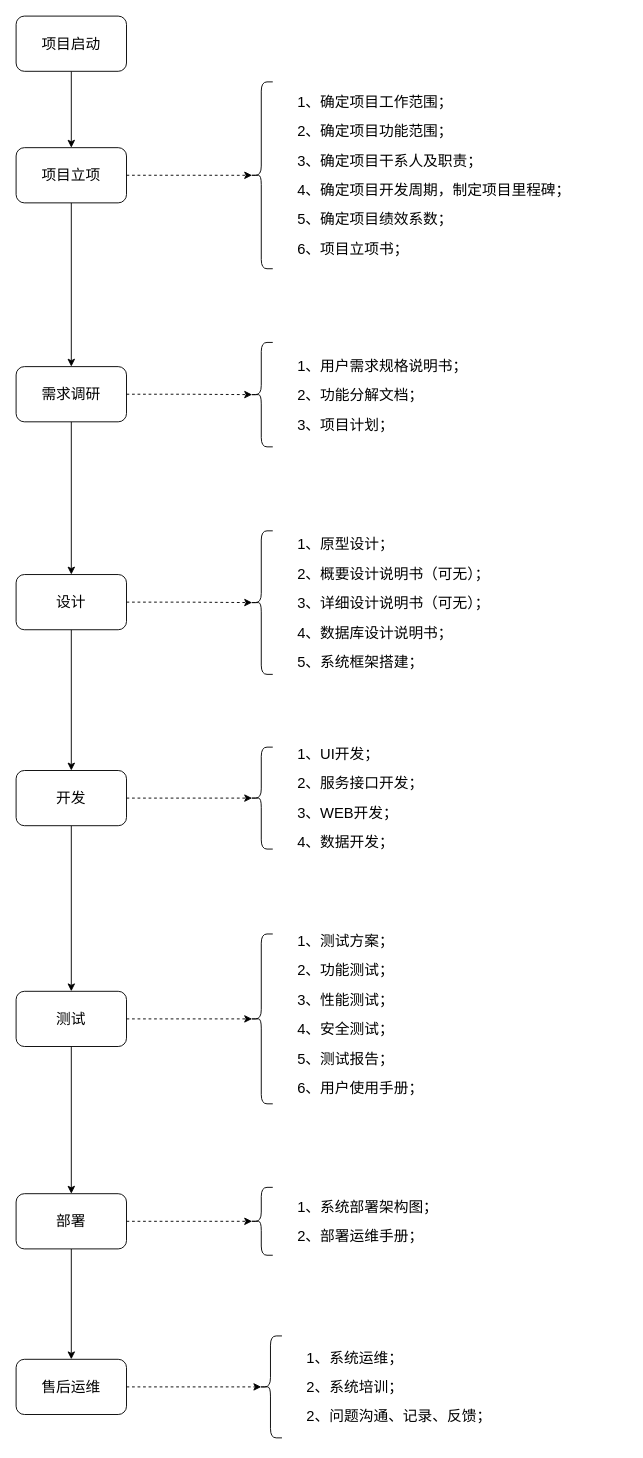
Earlier version of the draw.io diagram 项目管理&绩效考核.drawio (z-cloud-z/draw). Source tidied: cells renumbered, new cells numbered last; positions are measured from the earlier drawing's top-left corner, leaving out a move shared by most shapes. Both pictures are drawn from the tidied source at 92%, with x=0, y=0 at pixel (16, 16).
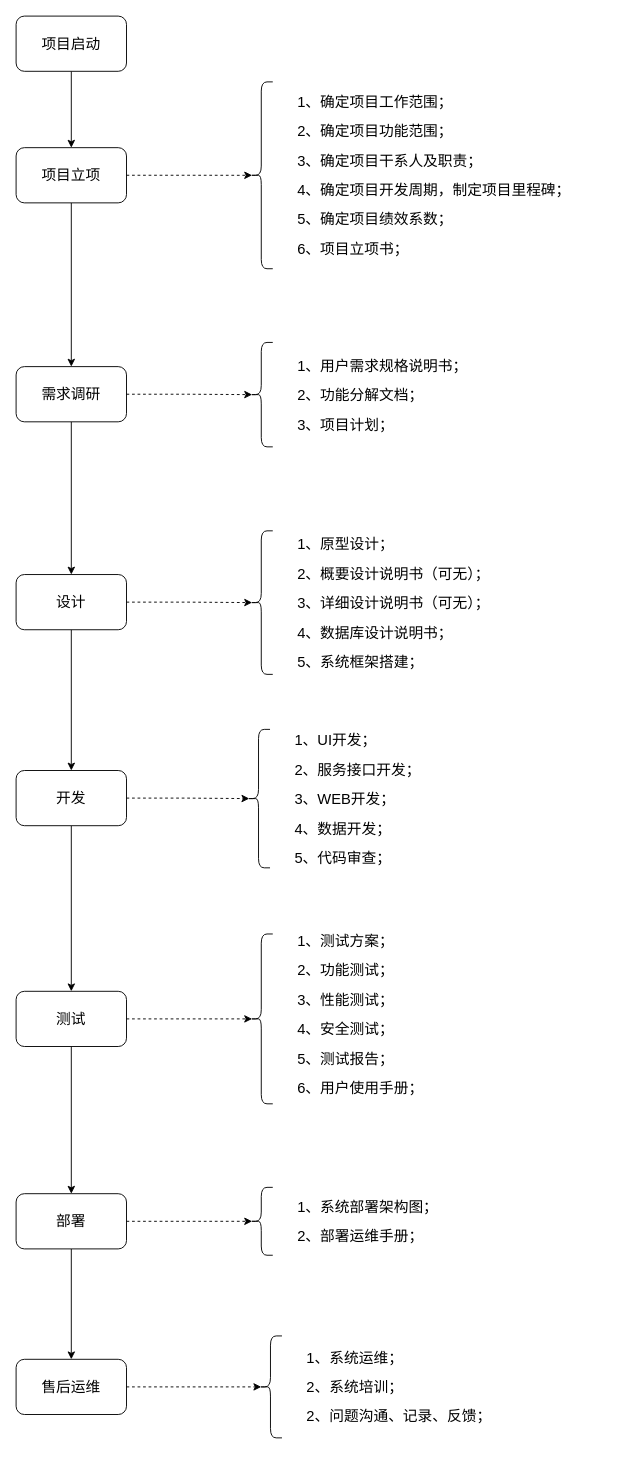
After the change.

Commit message:
更新项目管理&绩效考核.drawio

Diff of the diagram source:
```diff
@@
     <mxCell id="33" style="group;fontSize=16;" parent="1" vertex="1">
-      <mxGeometry x="254" y="790" width="400" height="120" as="geometry" />
+      <mxGeometry x="251" y="769" width="400" height="163" as="geometry" />
     </mxCell>
     <mxCell id="34" style="shape=curlyBracket;whiteSpace=wrap;html=1;rounded=1;labelPosition=left;verticalLabelPosition=middle;align=right;verticalAlign=middle;fontSize=16;" parent="33" vertex="1">
-      <mxGeometry y="4.6" width="25" height="110.8" as="geometry" />
+      <mxGeometry y="6.3" width="25" height="150.5" as="geometry" />
     </mxCell>
-    <mxCell id="35" value="&lt;p style=&quot;line-height: 100%;&quot;&gt;1、UI开发；&lt;/p&gt;&lt;p style=&quot;line-height: 100%;&quot;&gt;2、服务接口开发；&lt;/p&gt;&lt;p style=&quot;line-height: 100%;&quot;&gt;3、WEB开发；&lt;/p&gt;&lt;p style=&quot;line-height: 100%;&quot;&gt;4、数据开发；&lt;/p&gt;" style="text;html=1;strokeColor=none;fillColor=none;align=left;verticalAlign=middle;whiteSpace=wrap;rounded=0;horizontal=1;fontSize=16;" parent="33" vertex="1">
-      <mxGeometry x="50" width="350" height="120" as="geometry" />
+    <mxCell id="35" value="&lt;p style=&quot;line-height: 100%;&quot;&gt;1、UI开发；&lt;/p&gt;&lt;p style=&quot;line-height: 100%;&quot;&gt;2、服务接口开发；&lt;/p&gt;&lt;p style=&quot;line-height: 100%;&quot;&gt;3、WEB开发；&lt;/p&gt;&lt;p style=&quot;line-height: 100%;&quot;&gt;4、数据开发；&lt;/p&gt;&lt;p style=&quot;line-height: 100%;&quot;&gt;5、代码审查；&lt;/p&gt;" style="text;html=1;strokeColor=none;fillColor=none;align=left;verticalAlign=middle;whiteSpace=wrap;rounded=0;horizontal=1;fontSize=16;" parent="33" vertex="1">
+      <mxGeometry x="50" width="350" height="163" as="geometry" />
     </mxCell>
```
